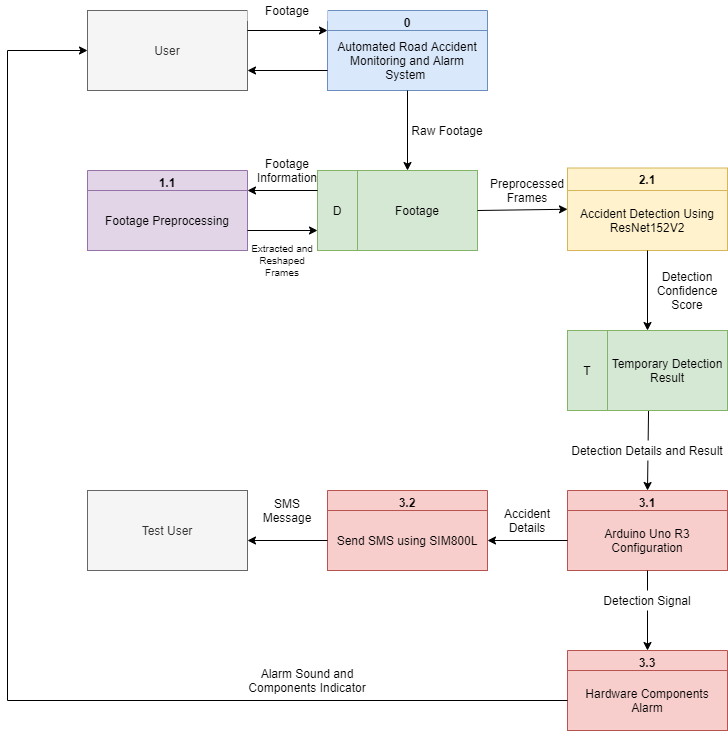
Before: DrawIO/dfd-level 1 - Des Opt 3 Chapt 3.png, a diagram exported from draw.io (russellcaragay/PD-Files). Source tidied: cells renumbered, new cells last; positions are measured from the earlier drawing's top-left corner, leaving out a move shared by most shapes.
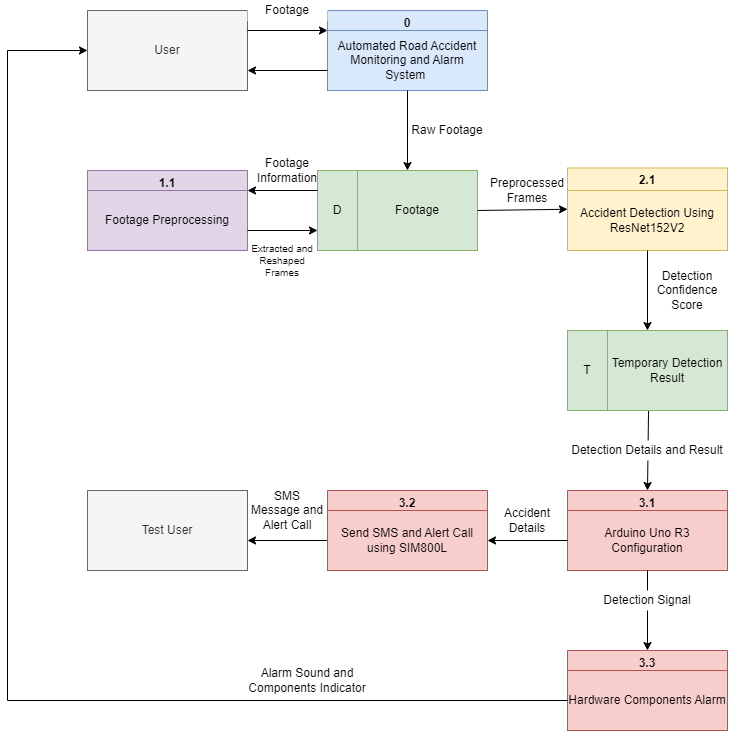
The same file after the commit.

Change to the diagram source:
```diff
@@ -5,9 +5,6 @@
     <mxCell id="2" value="3.2" style="swimlane;fillColor=#f8cecc;strokeColor=#b85450;" parent="1" vertex="1">
       <mxGeometry x="320" y="490" width="160" height="80" as="geometry" />
     </mxCell>
-    <mxCell id="3" value="Send SMS using SIM800L" style="text;html=1;strokeColor=#b85450;fillColor=#f8cecc;align=center;verticalAlign=middle;whiteSpace=wrap;rounded=0;" parent="2" vertex="1">
-      <mxGeometry y="20" width="160" height="60" as="geometry" />
-    </mxCell>
     <mxCell id="4" value="3.1" style="swimlane;fillColor=#f8cecc;strokeColor=#b85450;" parent="1" vertex="1">
       <mxGeometry x="560" y="490" width="160" height="80" as="geometry" />
     </mxCell>
@@ -43,11 +40,11 @@
     <mxCell id="12" value="Detection Details and Result" style="text;html=1;strokeColor=none;align=center;verticalAlign=middle;whiteSpace=wrap;rounded=0;fillColor=#ffffff;" parent="1" vertex="1">
       <mxGeometry x="560" y="440" width="160" height="20" as="geometry" />
     </mxCell>
-    <mxCell id="13" value="SMS Message" style="text;html=1;strokeColor=none;fillColor=none;align=center;verticalAlign=middle;whiteSpace=wrap;rounded=0;" parent="1" vertex="1">
-      <mxGeometry x="240" y="500" width="80" height="20" as="geometry" />
-    </mxCell>
-    <mxCell id="14" style="edgeStyle=orthogonalEdgeStyle;rounded=0;orthogonalLoop=1;jettySize=auto;html=1;exitX=0.5;exitY=1;exitDx=0;exitDy=0;" parent="1" edge="1" source="13" target="13">
-      <mxGeometry relative="1" as="geometry" />
+    <mxCell id="14" style="edgeStyle=orthogonalEdgeStyle;rounded=0;orthogonalLoop=1;jettySize=auto;html=1;exitX=0.5;exitY=1;exitDx=0;exitDy=0;" parent="1" edge="1">
+      <mxGeometry relative="1" as="geometry">
+        <mxPoint x="280" y="520" as="sourcePoint" />
+        <mxPoint x="280" y="520" as="targetPoint" />
+      </mxGeometry>
     </mxCell>
     <mxCell id="15" value="Alarm Notification" style="text;html=1;strokeColor=none;align=center;verticalAlign=middle;whiteSpace=wrap;rounded=0;fillColor=#ffffff;" parent="1" vertex="1">
       <mxGeometry x="240" y="670" width="120" height="20" as="geometry" />
@@ -55,8 +52,10 @@
     <mxCell id="16" value="Accident Details" style="text;html=1;strokeColor=none;fillColor=none;align=center;verticalAlign=middle;whiteSpace=wrap;rounded=0;" parent="1" vertex="1">
       <mxGeometry x="480" y="510" width="80" height="20" as="geometry" />
     </mxCell>
-    <mxCell id="17" style="endArrow=classic;html=1;entryX=1;entryY=0.5;entryDx=0;entryDy=0;exitX=0;exitY=0.5;exitDx=0;exitDy=0;" parent="1" edge="1" source="5" target="3">
-      <mxGeometry relative="1" as="geometry" />
+    <mxCell id="17" style="endArrow=classic;html=1;entryX=1;entryY=0.5;entryDx=0;entryDy=0;exitX=0;exitY=0.5;exitDx=0;exitDy=0;" parent="1" edge="1" source="5">
+      <mxGeometry relative="1" as="geometry">
+        <mxPoint x="480" y="540" as="targetPoint" />
+      </mxGeometry>
     </mxCell>
     <mxCell id="18" style="endArrow=classic;html=1;entryX=1;entryY=0.5;entryDx=0;entryDy=0;exitX=0;exitY=0.5;exitDx=0;exitDy=0;" parent="1" edge="1">
       <mxGeometry relative="1" as="geometry">
@@ -156,5 +155,11 @@
     <mxCell id="48" style="endArrow=classic;html=1;entryX=0;entryY=0.75;entryDx=0;entryDy=0;exitX=1;exitY=0.75;exitDx=0;exitDy=0;" parent="1" edge="1" source="21" target="30">
       <mxGeometry relative="1" as="geometry" />
     </mxCell>
+    <mxCell id="49" value="SMS Message and Alert Call" style="text;html=1;strokeColor=none;fillColor=none;align=center;verticalAlign=middle;whiteSpace=wrap;rounded=0;" parent="1" vertex="1">
+      <mxGeometry x="240" y="500" width="80" height="20" as="geometry" />
+    </mxCell>
+    <mxCell id="50" value="Send SMS and Alert Call using SIM800L" style="text;html=1;strokeColor=#b85450;fillColor=#f8cecc;align=center;verticalAlign=middle;whiteSpace=wrap;rounded=0;" parent="1" vertex="1">
+      <mxGeometry x="320" y="510" width="160" height="60" as="geometry" />
+    </mxCell>
   </root>
 </mxGraphModel>
```
